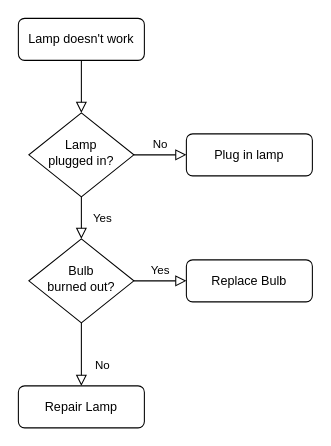
subramaniam-pl/wakemeup-app keeps this draw.io diagram as Untitled Diagram.drawio. Above is the earlier version. Source tidied: cells renumbered, new cells numbered last; positions are measured from the earlier drawing's top-left corner, leaving out a move shared by most shapes. Both pictures are drawn from the tidied source at 105%, with x=0, y=0 at pixel (18, 18).
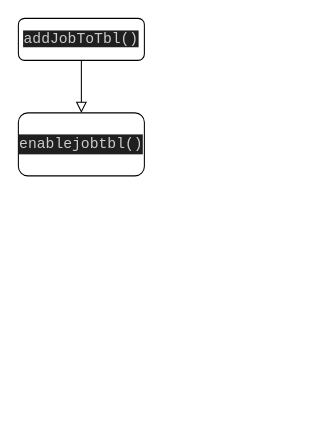
After the change.

The edit, as a diff of the source:
```diff
@@
 <mxGraphModel>
   <root>
     <mxCell id="0" />
     <mxCell id="1" parent="0" />
-    <mxCell id="2" style="rounded=0;html=1;jettySize=auto;fontSize=11;endArrow=block;endFill=0;endSize=8;strokeWidth=1;shadow=0;labelBackgroundColor=none;edgeStyle=orthogonalEdgeStyle;" parent="1" edge="1" source="3" target="6">
-      <mxGeometry relative="1" as="geometry" />
+    <mxCell id="2" style="rounded=0;html=1;jettySize=auto;fontSize=11;endArrow=block;endFill=0;endSize=8;strokeWidth=1;shadow=0;labelBackgroundColor=none;edgeStyle=orthogonalEdgeStyle;" parent="1" edge="1" source="3">
+      <mxGeometry relative="1" as="geometry">
+        <mxPoint x="60" y="90" as="targetPoint" />
+      </mxGeometry>
     </mxCell>
-    <mxCell id="3" value="Lamp doesn't work" style="rounded=1;whiteSpace=wrap;html=1;fontSize=12;glass=0;strokeWidth=1;shadow=0;" parent="1" vertex="1">
+    <mxCell id="3" value="&lt;span style=&quot;background-color: rgb(31, 31, 31); color: rgb(204, 204, 204); font-family: Consolas, &amp;quot;Courier New&amp;quot;, monospace; font-size: 14px;&quot;&gt;addJobToTbl()&lt;/span&gt;" style="rounded=1;whiteSpace=wrap;html=1;fontSize=12;glass=0;strokeWidth=1;shadow=0;" parent="1" vertex="1">
       <mxGeometry width="120" height="40" as="geometry" />
     </mxCell>
-    <mxCell id="4" value="Yes" style="rounded=0;html=1;jettySize=auto;fontSize=11;endArrow=block;endFill=0;endSize=8;strokeWidth=1;shadow=0;labelBackgroundColor=none;edgeStyle=orthogonalEdgeStyle;" parent="1" edge="1" source="6" target="10">
-      <mxGeometry y="20" relative="1" as="geometry" />
-    </mxCell>
-    <mxCell id="5" value="No" style="edgeStyle=orthogonalEdgeStyle;rounded=0;html=1;jettySize=auto;fontSize=11;endArrow=block;endFill=0;endSize=8;strokeWidth=1;shadow=0;labelBackgroundColor=none;" parent="1" edge="1" source="6" target="7">
-      <mxGeometry y="10" relative="1" as="geometry" />
-    </mxCell>
-    <mxCell id="6" value="Lamp&lt;br&gt;plugged in?" style="rhombus;whiteSpace=wrap;html=1;shadow=0;fontFamily=Helvetica;fontSize=12;align=center;strokeWidth=1;spacing=6;spacingTop=-4;" parent="1" vertex="1">
-      <mxGeometry x="10" y="90" width="100" height="80" as="geometry" />
-    </mxCell>
-    <mxCell id="7" value="Plug in lamp" style="rounded=1;whiteSpace=wrap;html=1;fontSize=12;glass=0;strokeWidth=1;shadow=0;" parent="1" vertex="1">
-      <mxGeometry x="160" y="110" width="120" height="40" as="geometry" />
-    </mxCell>
-    <mxCell id="8" value="No" style="rounded=0;html=1;jettySize=auto;fontSize=11;endArrow=block;endFill=0;endSize=8;strokeWidth=1;shadow=0;labelBackgroundColor=none;edgeStyle=orthogonalEdgeStyle;" parent="1" edge="1" source="10" target="11">
-      <mxGeometry x="0.33" y="20" relative="1" as="geometry" />
-    </mxCell>
-    <mxCell id="9" value="Yes" style="edgeStyle=orthogonalEdgeStyle;rounded=0;html=1;jettySize=auto;fontSize=11;endArrow=block;endFill=0;endSize=8;strokeWidth=1;shadow=0;labelBackgroundColor=none;" parent="1" edge="1" source="10" target="12">
-      <mxGeometry y="10" relative="1" as="geometry" />
-    </mxCell>
-    <mxCell id="10" value="Bulb&lt;br&gt;burned out?" style="rhombus;whiteSpace=wrap;html=1;shadow=0;fontFamily=Helvetica;fontSize=12;align=center;strokeWidth=1;spacing=6;spacingTop=-4;" parent="1" vertex="1">
-      <mxGeometry x="10" y="210" width="100" height="80" as="geometry" />
-    </mxCell>
-    <mxCell id="11" value="Repair Lamp" style="rounded=1;whiteSpace=wrap;html=1;fontSize=12;glass=0;strokeWidth=1;shadow=0;" parent="1" vertex="1">
-      <mxGeometry y="350" width="120" height="40" as="geometry" />
-    </mxCell>
-    <mxCell id="12" value="Replace Bulb" style="rounded=1;whiteSpace=wrap;html=1;fontSize=12;glass=0;strokeWidth=1;shadow=0;" parent="1" vertex="1">
-      <mxGeometry x="160" y="230" width="120" height="40" as="geometry" />
-    </mxCell>
+    <mxCell id="13" value="&lt;div style=&quot;color: rgb(204, 204, 204); background-color: rgb(31, 31, 31); font-family: Consolas, &amp;quot;Courier New&amp;quot;, monospace; font-size: 14px; line-height: 19px;&quot;&gt;enablejobtbl()&lt;/div&gt;" style="rounded=1;whiteSpace=wrap;html=1;" parent="1" vertex="1">
+      <mxGeometry y="90" width="120" height="60" as="geometry" />
+    </mxCell>
   </root>
 </mxGraphModel>
```
